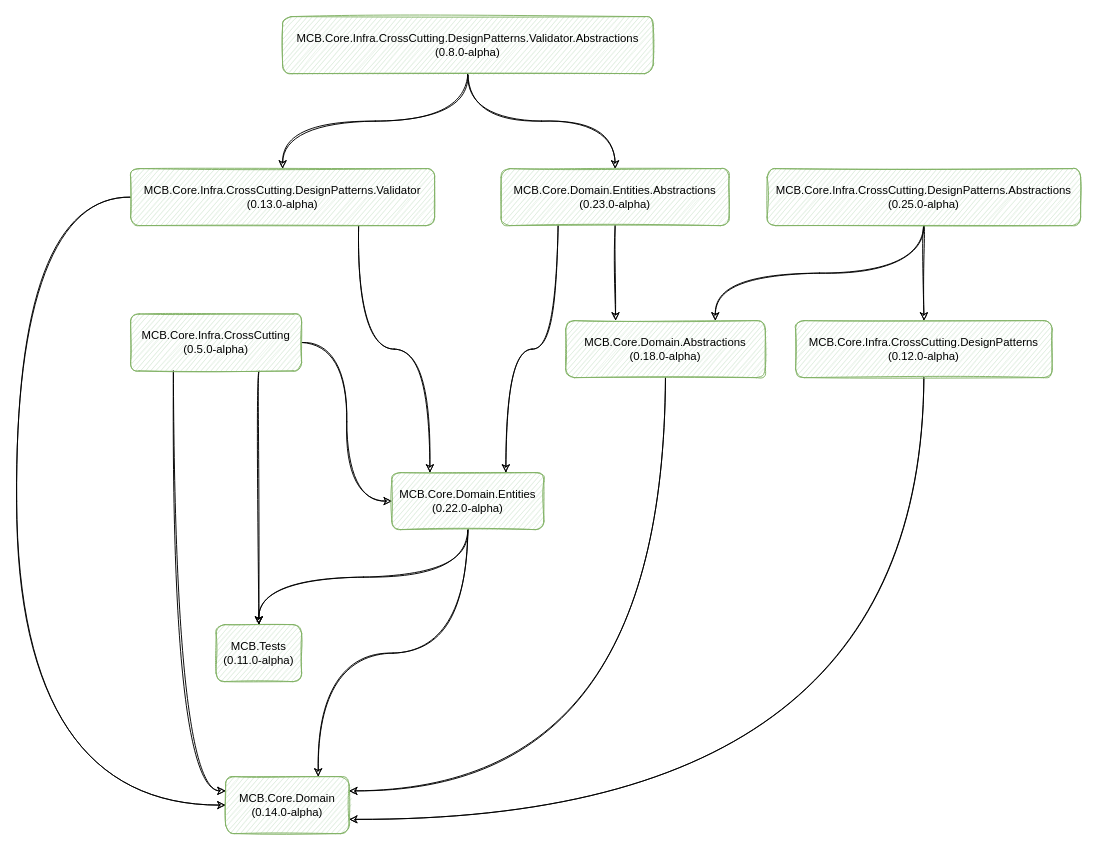
Before: Core/diagrams/core-overview.drawio in MarceloCas/Docs, a draw.io diagram. Source tidied: cells renumbered, new cells numbered last; positions are measured from the earlier drawing's top-left corner, leaving out a move shared by most shapes. Both pictures are drawn from the tidied source at 95%, with x=0, y=0 at pixel (16, 16).
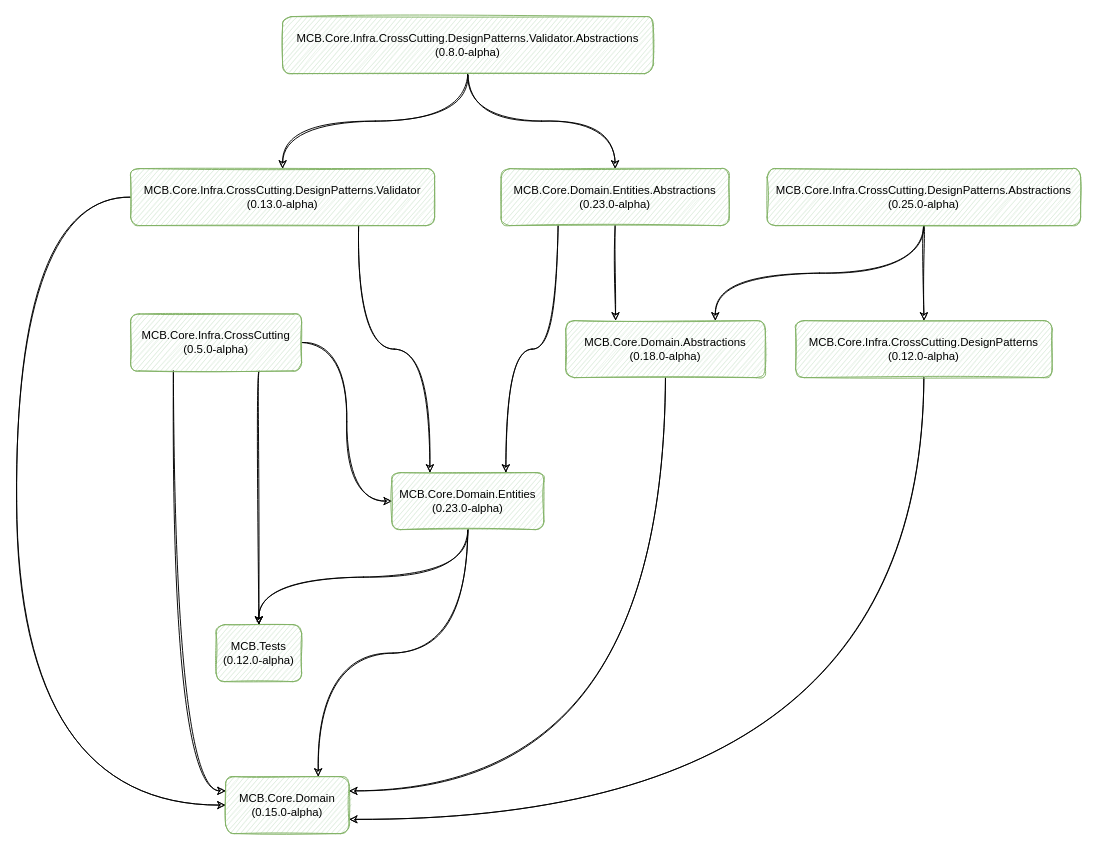
The same page after the edit.

Commit message:
doc: update package versions

Diff of the diagram source:
```diff
@@
-    <mxCell id="22" value="MCB.Core.Domain&lt;br&gt;(0.14.0-alpha)" style="rounded=1;whiteSpace=wrap;html=1;sketch=1;fillColor=#d5e8d4;strokeColor=#82b366;" parent="1" vertex="1">
+    <mxCell id="22" value="MCB.Core.Domain&lt;br&gt;(0.15.0-alpha)" style="rounded=1;whiteSpace=wrap;html=1;sketch=1;fillColor=#d5e8d4;strokeColor=#82b366;" parent="1" vertex="1">
       <mxGeometry x="220" y="800" width="130" height="60" as="geometry" />
     </mxCell>
@@
-    <mxCell id="25" value="MCB.Core.Domain.Entities&lt;br&gt;(0.22.0-alpha)" style="rounded=1;whiteSpace=wrap;html=1;sketch=1;fillColor=#d5e8d4;strokeColor=#82b366;" parent="1" vertex="1">
+    <mxCell id="25" value="MCB.Core.Domain.Entities&lt;br&gt;(0.23.0-alpha)" style="rounded=1;whiteSpace=wrap;html=1;sketch=1;fillColor=#d5e8d4;strokeColor=#82b366;" parent="1" vertex="1">
       <mxGeometry x="395" y="480" width="160" height="60" as="geometry" />
     </mxCell>
-    <mxCell id="26" value="MCB.Tests&lt;br&gt;(0.11.0-alpha)" style="rounded=1;whiteSpace=wrap;html=1;sketch=1;fillColor=#d5e8d4;strokeColor=#82b366;" parent="1" vertex="1">
+    <mxCell id="26" value="MCB.Tests&lt;br&gt;(0.12.0-alpha)" style="rounded=1;whiteSpace=wrap;html=1;sketch=1;fillColor=#d5e8d4;strokeColor=#82b366;" parent="1" vertex="1">
       <mxGeometry x="210" y="640" width="90" height="60" as="geometry" />
     </mxCell>
```
